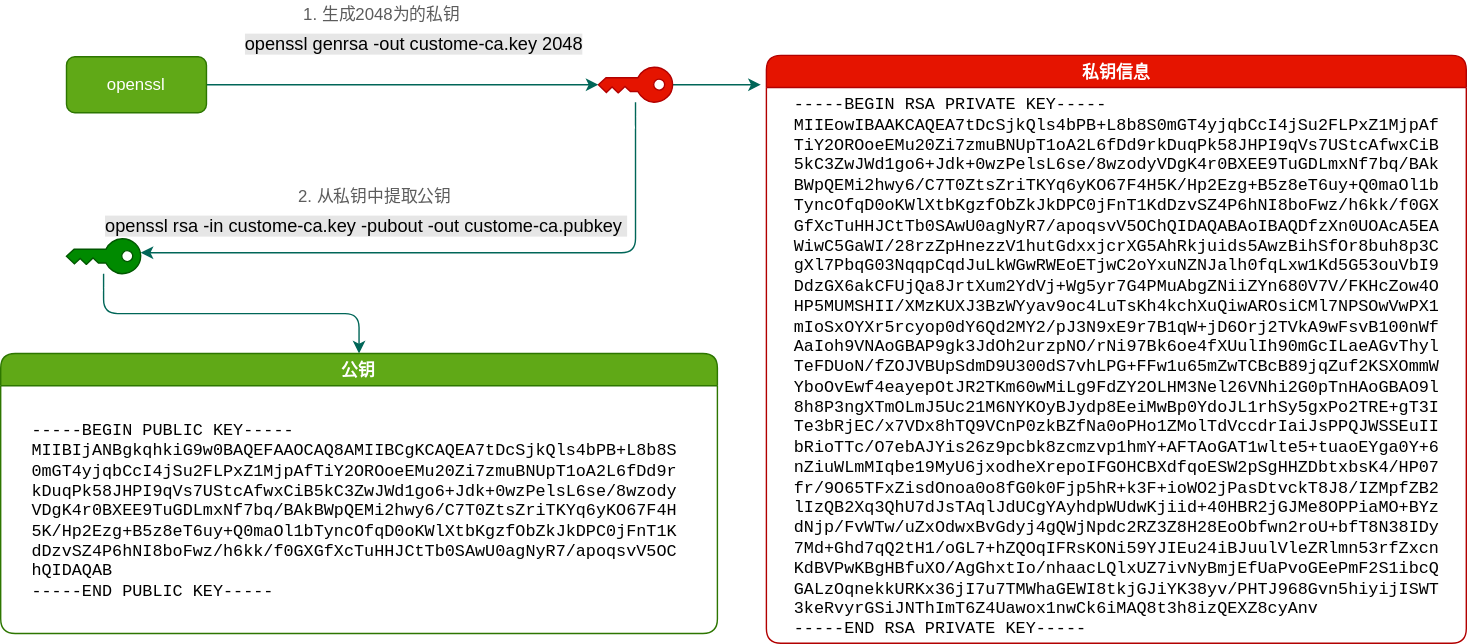
The draw.io diagram openssl.drawio.svg in jpanda-cn/static-resources, before a commit. Source tidied: cells renumbered, new cells last; positions are measured from the earlier drawing's top-left corner, leaving out a move shared by most shapes.
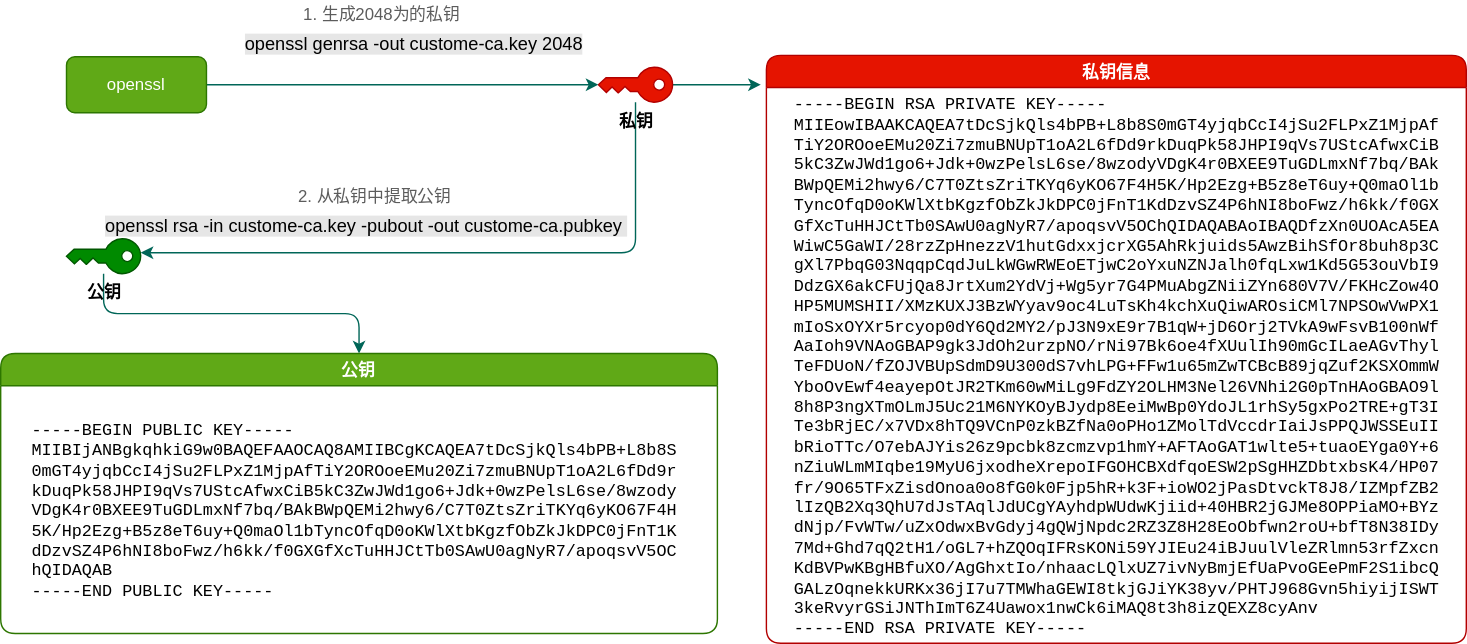
After the change.

Diff of the diagram source:
```diff
@@ -5,7 +5,7 @@
     <mxCell id="2" style="edgeStyle=orthogonalEdgeStyle;curved=0;rounded=1;sketch=0;jettySize=auto;html=1;entryX=0.5;entryY=0;entryDx=0;entryDy=0;strokeColor=#006658;fontColor=#5C5C5C;" parent="1" edge="1" source="3" target="15">
       <mxGeometry relative="1" as="geometry" />
     </mxCell>
-    <mxCell id="3" value="公钥" style="shadow=0;dashed=0;html=1;strokeColor=#005700;labelPosition=center;verticalLabelPosition=bottom;verticalAlign=top;outlineConnect=0;align=center;shape=mxgraph.office.security.key_permissions;direction=south;rounded=1;fillColor=#008a00;fontColor=#ffffff;" parent="1" vertex="1">
+    <mxCell id="3" value="公钥" style="shadow=0;dashed=0;html=1;strokeColor=#005700;labelPosition=center;verticalLabelPosition=bottom;verticalAlign=top;outlineConnect=0;align=center;shape=mxgraph.office.security.key_permissions;direction=south;rounded=1;fillColor=#008a00;fontColor=#000000;fontStyle=1;" parent="1" vertex="1">
       <mxGeometry x="47" y="170" width="53" height="25" as="geometry" />
     </mxCell>
     <mxCell id="4" style="edgeStyle=orthogonalEdgeStyle;rounded=1;jettySize=auto;html=1;strokeColor=#006658;fontColor=#5C5C5C;" parent="1" edge="1" source="7" target="3">
@@ -23,7 +23,7 @@
     <mxCell id="6" style="edgeStyle=orthogonalEdgeStyle;rounded=1;jettySize=auto;html=1;entryX=-0.008;entryY=0.05;entryDx=0;entryDy=0;entryPerimeter=0;strokeColor=#006658;fontColor=#5C5C5C;" parent="1" edge="1" source="7" target="13">
       <mxGeometry relative="1" as="geometry" />
     </mxCell>
-    <mxCell id="7" value="私钥&lt;br&gt;" style="shadow=0;dashed=0;html=1;strokeColor=#B20000;labelPosition=center;verticalLabelPosition=bottom;verticalAlign=top;outlineConnect=0;align=center;shape=mxgraph.office.security.key_permissions;direction=south;rounded=1;fillColor=#e51400;fontColor=#ffffff;" parent="1" vertex="1">
+    <mxCell id="7" value="私钥&lt;br&gt;" style="shadow=0;dashed=0;html=1;strokeColor=#B20000;labelPosition=center;verticalLabelPosition=bottom;verticalAlign=top;outlineConnect=0;align=center;shape=mxgraph.office.security.key_permissions;direction=south;rounded=1;fillColor=#e51400;fontColor=#000000;fontStyle=1;" parent="1" vertex="1">
       <mxGeometry x="427" y="47.5" width="53" height="25" as="geometry" />
     </mxCell>
     <mxCell id="8" style="edgeStyle=orthogonalEdgeStyle;rounded=1;jettySize=auto;html=1;exitX=1;exitY=0.5;exitDx=0;exitDy=0;strokeColor=#006658;fontColor=#5C5C5C;" parent="1" edge="1" source="10" target="7">
```
